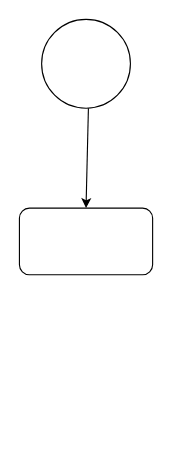
The draw.io diagram activitydiagram.drawio in nikidkny/Assignment-Mandatory---Hogwards, before the edit. Source tidied: cells renumbered, new cells numbered last; positions are measured from the earlier drawing's top-left corner, leaving out a move shared by most shapes. Both pictures are drawn from the tidied source at 111%, with x=0, y=0 at pixel (19, 19).
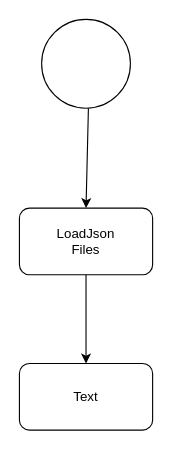
Above is the later version.

What changed in the source:
```diff
@@
 <mxGraphModel>
   <root>
     <mxCell id="0" />
     <mxCell id="1" parent="0" />
     <mxCell id="2" style="edgeStyle=none;html=1;" parent="1" edge="1" source="3" target="4">
       <mxGeometry relative="1" as="geometry" />
     </mxCell>
     <mxCell id="3" style="ellipse;whiteSpace=wrap;html=1;" parent="1" vertex="1">
       <mxGeometry x="20" width="80" height="80" as="geometry" />
     </mxCell>
+    <mxCell id="5" style="edgeStyle=none;html=1;" parent="1" edge="1" source="4" target="7">
+      <mxGeometry relative="1" as="geometry" />
+    </mxCell>
     <mxCell id="4" style="rounded=1;whiteSpace=wrap;html=1;" parent="1" vertex="1">
       <mxGeometry y="170" width="120" height="60" as="geometry" />
     </mxCell>
+    <mxCell id="6" value="LoadJson&lt;br&gt;Files" style="text;html=1;strokeColor=none;fillColor=none;align=center;verticalAlign=middle;whiteSpace=wrap;rounded=0;" parent="1" vertex="1">
+      <mxGeometry x="30" y="185" width="60" height="30" as="geometry" />
+    </mxCell>
+    <mxCell id="7" style="whiteSpace=wrap;html=1;rounded=1;" parent="1" vertex="1">
+      <mxGeometry y="310" width="120" height="60" as="geometry" />
+    </mxCell>
+    <mxCell id="8" value="Text" style="text;html=1;strokeColor=none;fillColor=none;align=center;verticalAlign=middle;whiteSpace=wrap;rounded=0;" parent="1" vertex="1">
+      <mxGeometry x="30" y="325" width="60" height="30" as="geometry" />
+    </mxCell>
   </root>
 </mxGraphModel>
```
